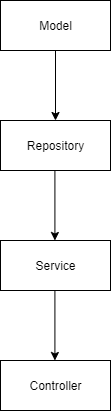
Earlier version of the draw.io export packageDiagram.png (SimonBianca/PS-project). Source tidied: cells renumbered, new cells last; positions are measured from the earlier drawing's top-left corner, leaving out a move shared by most shapes. Its diagram source:
```xml
<mxGraphModel>
  <root>
    <mxCell id="0" />
    <mxCell id="1" parent="0" />
    <mxCell id="2" value="Model" style="html=1;" parent="1" vertex="1">
      <mxGeometry width="110" height="50" as="geometry" />
    </mxCell>
    <mxCell id="3" value="Repository" style="html=1;" parent="1" vertex="1">
      <mxGeometry y="120" width="110" height="50" as="geometry" />
    </mxCell>
    <mxCell id="4" value="Service" style="html=1;" parent="1" vertex="1">
      <mxGeometry y="240" width="110" height="50" as="geometry" />
    </mxCell>
    <mxCell id="5" value="Controller" style="html=1;" parent="1" vertex="1">
      <mxGeometry y="360" width="110" height="50" as="geometry" />
    </mxCell>
    <mxCell id="6" style="endArrow=classic;html=1;exitX=0.5;exitY=1;exitDx=0;exitDy=0;entryX=0.5;entryY=0;entryDx=0;entryDy=0;" parent="1" edge="1" source="2" target="3">
      <mxGeometry relative="1" as="geometry" />
    </mxCell>
    <mxCell id="7" style="endArrow=classic;html=1;exitX=0.5;exitY=1;exitDx=0;exitDy=0;entryX=0.5;entryY=0;entryDx=0;entryDy=0;" parent="1" edge="1">
      <mxGeometry relative="1" as="geometry">
        <mxPoint x="54.4" y="170" as="sourcePoint" />
        <mxPoint x="54.4" y="240" as="targetPoint" />
      </mxGeometry>
    </mxCell>
    <mxCell id="8" style="endArrow=classic;html=1;exitX=0.5;exitY=1;exitDx=0;exitDy=0;entryX=0.5;entryY=0;entryDx=0;entryDy=0;" parent="1" edge="1">
      <mxGeometry relative="1" as="geometry">
        <mxPoint x="54.4" y="290" as="sourcePoint" />
        <mxPoint x="54.4" y="360" as="targetPoint" />
      </mxGeometry>
    </mxCell>
  </root>
</mxGraphModel>
```
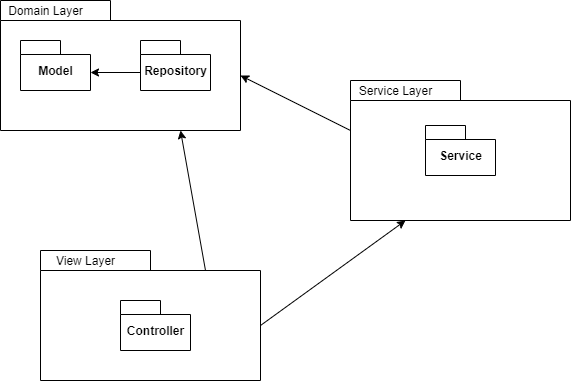
After the commit.

The edit, as a diff of the source:
```diff
@@ -2,32 +2,47 @@
   <root>
     <mxCell id="0" />
     <mxCell id="1" parent="0" />
+    <mxCell id="9" style="shape=folder;fontStyle=1;spacingTop=10;tabWidth=110;tabHeight=20;tabPosition=left;html=1;" parent="1" vertex="1">
+      <mxGeometry x="-160" y="180" width="240" height="130" as="geometry" />
+    </mxCell>
+    <mxCell id="10" value="Domain Layer" style="text;html=1;align=center;verticalAlign=middle;strokeColor=none;" parent="1" vertex="1">
+      <mxGeometry x="-160" y="180" width="90" height="20" as="geometry" />
+    </mxCell>
-    <mxCell id="2" value="Model" style="html=1;" parent="1" vertex="1">
-      <mxGeometry width="110" height="50" as="geometry" />
+    <mxCell id="2" value="Model" style="shape=folder;fontStyle=1;spacingTop=10;tabWidth=40;tabHeight=14;tabPosition=left;html=1;" parent="1" vertex="1">
+      <mxGeometry x="-140" y="220" width="70" height="50" as="geometry" />
     </mxCell>
-    <mxCell id="3" value="Repository" style="html=1;" parent="1" vertex="1">
-      <mxGeometry y="120" width="110" height="50" as="geometry" />
+    <mxCell id="3" value="Repository" style="shape=folder;fontStyle=1;spacingTop=10;tabWidth=40;tabHeight=14;tabPosition=left;html=1;" parent="1" vertex="1">
+      <mxGeometry x="-20" y="220" width="70" height="50" as="geometry" />
     </mxCell>
+    <mxCell id="11" style="shape=folder;fontStyle=1;spacingTop=10;tabWidth=110;tabHeight=20;tabPosition=left;html=1;" parent="1" vertex="1">
+      <mxGeometry x="190" y="260" width="220" height="140" as="geometry" />
+    </mxCell>
+    <mxCell id="12" value="Service Layer" style="text;html=1;align=center;verticalAlign=middle;strokeColor=none;" parent="1" vertex="1">
+      <mxGeometry x="190" y="260" width="90" height="20" as="geometry" />
+    </mxCell>
-    <mxCell id="4" value="Service" style="html=1;" parent="1" vertex="1">
-      <mxGeometry y="240" width="110" height="50" as="geometry" />
+    <mxCell id="4" value="Service" style="shape=folder;fontStyle=1;spacingTop=10;tabWidth=40;tabHeight=14;tabPosition=left;html=1;" parent="1" vertex="1">
+      <mxGeometry x="265" y="305" width="70" height="50" as="geometry" />
     </mxCell>
+    <mxCell id="13" style="shape=folder;fontStyle=1;spacingTop=10;tabWidth=110;tabHeight=20;tabPosition=left;html=1;" parent="1" vertex="1">
+      <mxGeometry x="-120" y="430" width="220" height="130" as="geometry" />
+    </mxCell>
+    <mxCell id="14" value="View Layer" style="text;html=1;align=center;verticalAlign=middle;strokeColor=none;" parent="1" vertex="1">
+      <mxGeometry x="-110" y="430" width="70" height="20" as="geometry" />
+    </mxCell>
-    <mxCell id="5" value="Controller" style="html=1;" parent="1" vertex="1">
-      <mxGeometry y="360" width="110" height="50" as="geometry" />
+    <mxCell id="5" value="Controller" style="shape=folder;fontStyle=1;spacingTop=10;tabWidth=40;tabHeight=14;tabPosition=left;html=1;" parent="1" vertex="1">
+      <mxGeometry x="-40" y="480" width="70" height="50" as="geometry" />
     </mxCell>
-    <mxCell id="6" style="endArrow=classic;html=1;exitX=0.5;exitY=1;exitDx=0;exitDy=0;entryX=0.5;entryY=0;entryDx=0;entryDy=0;" parent="1" edge="1" source="2" target="3">
-      <mxGeometry relative="1" as="geometry" />
-    </mxCell>
-    <mxCell id="7" style="endArrow=classic;html=1;exitX=0.5;exitY=1;exitDx=0;exitDy=0;entryX=0.5;entryY=0;entryDx=0;entryDy=0;" parent="1" edge="1">
-      <mxGeometry relative="1" as="geometry">
-        <mxPoint x="54.4" y="170" as="sourcePoint" />
-        <mxPoint x="54.4" y="240" as="targetPoint" />
-      </mxGeometry>
-    </mxCell>
-    <mxCell id="8" style="endArrow=classic;html=1;exitX=0.5;exitY=1;exitDx=0;exitDy=0;entryX=0.5;entryY=0;entryDx=0;entryDy=0;" parent="1" edge="1">
-      <mxGeometry relative="1" as="geometry">
-        <mxPoint x="54.4" y="290" as="sourcePoint" />
-        <mxPoint x="54.4" y="360" as="targetPoint" />
-      </mxGeometry>
-    </mxCell>
+    <mxCell id="15" style="endArrow=classic;html=1;entryX=0;entryY=0;entryDx=70;entryDy=32;entryPerimeter=0;exitX=0;exitY=0;exitDx=0;exitDy=32;exitPerimeter=0;" parent="1" edge="1" source="3" target="2">
+      <mxGeometry relative="1" as="geometry" />
+    </mxCell>
+    <mxCell id="16" style="endArrow=classic;html=1;exitX=0;exitY=0;exitDx=0;exitDy=50;exitPerimeter=0;entryX=0;entryY=0;entryDx=240;entryDy=75;entryPerimeter=0;" parent="1" edge="1" source="11" target="9">
+      <mxGeometry relative="1" as="geometry" />
+    </mxCell>
+    <mxCell id="17" style="endArrow=classic;html=1;exitX=0;exitY=0;exitDx=220;exitDy=75;exitPerimeter=0;entryX=0.25;entryY=1;entryDx=0;entryDy=0;entryPerimeter=0;" parent="1" edge="1" source="13" target="11">
+      <mxGeometry relative="1" as="geometry" />
+    </mxCell>
+    <mxCell id="18" style="endArrow=classic;html=1;exitX=0;exitY=0;exitDx=165;exitDy=20;exitPerimeter=0;entryX=0.75;entryY=1;entryDx=0;entryDy=0;entryPerimeter=0;" parent="1" edge="1" source="13" target="9">
+      <mxGeometry relative="1" as="geometry" />
+    </mxCell>
   </root>
 </mxGraphModel>
```
